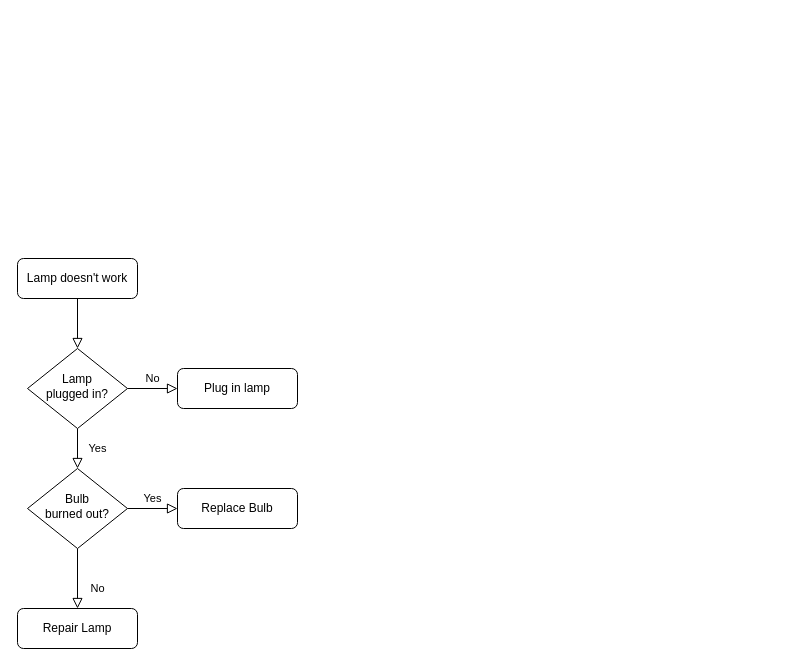
This is 图5-1问答系统流程图.drawio from sjgcsf/software_engineering, a draw.io file, before an edit. Source tidied: cells renumbered, new cells numbered last; positions are measured from the earlier drawing's top-left corner, leaving out a move shared by most shapes. Both pictures are drawn from the tidied source at 100%, with x=0, y=0 at pixel (17, 258).
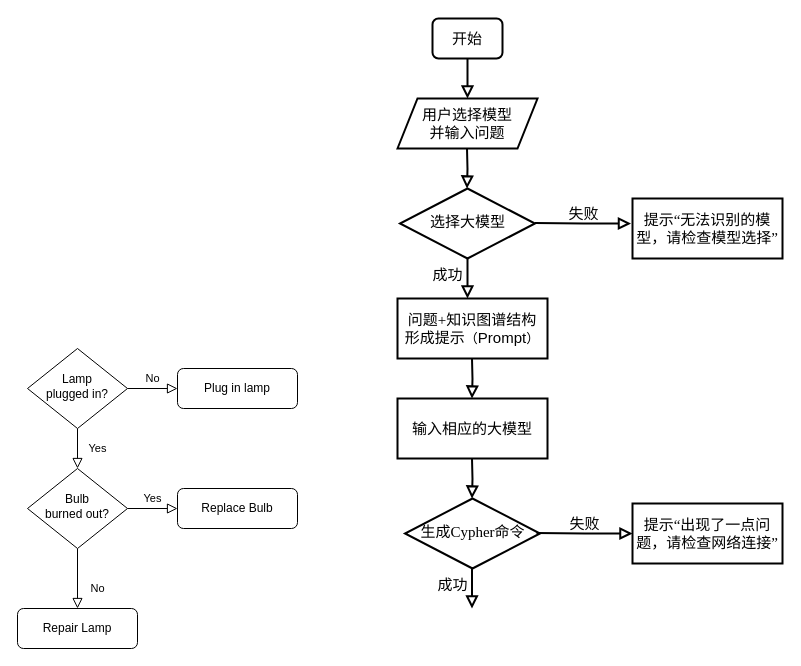
After the change.

Commit message (it also covers changes not shown here):
更新图5-1问答系统流程图.drawio

The change refers to these unchanged cells:
```xml
<mxCell id="6" value="Lamp&lt;br&gt;plugged in?" style="rhombus;whiteSpace=wrap;html=1;shadow=0;fontFamily=Helvetica;fontSize=12;align=center;strokeWidth=1;spacing=6;spacingTop=-4;" parent="1" vertex="1">
  <mxGeometry x="10" y="90" width="100" height="80" as="geometry" />
</mxCell>
```

Diff of the diagram source:
```diff
@@
-    <mxCell id="2" style="rounded=0;html=1;jettySize=auto;fontSize=11;endArrow=block;endFill=0;endSize=8;strokeWidth=1;shadow=0;labelBackgroundColor=none;edgeStyle=orthogonalEdgeStyle;" parent="1" edge="1" source="3" target="6">
+    <mxCell id="2" style="rounded=0;html=1;jettySize=auto;fontSize=11;endArrow=block;endFill=0;endSize=8;strokeWidth=2;shadow=0;labelBackgroundColor=none;edgeStyle=orthogonalEdgeStyle;entryX=0.5;entryY=0;entryDx=0;entryDy=0;" parent="1" edge="1" source="3" target="13">
       <mxGeometry relative="1" as="geometry" />
     </mxCell>
-    <mxCell id="3" value="Lamp doesn't work" style="rounded=1;whiteSpace=wrap;html=1;fontSize=12;glass=0;strokeWidth=1;shadow=0;" parent="1" vertex="1">
-      <mxGeometry width="120" height="40" as="geometry" />
+    <mxCell id="3" value="&lt;font style=&quot;font-size: 15px;&quot;&gt;开始&lt;/font&gt;" style="rounded=1;whiteSpace=wrap;html=1;fontSize=12;glass=0;strokeWidth=2;shadow=0;" parent="1" vertex="1">
+      <mxGeometry x="415" y="-240" width="70" height="40" as="geometry" />
     </mxCell>
@@
+    <mxCell id="13" value="&lt;font style=&quot;font-size: 15px;&quot; face=&quot;Times New Roman&quot;&gt;用户选择模型&lt;/font&gt;&lt;div&gt;&lt;font style=&quot;font-size: 15px;&quot; face=&quot;Times New Roman&quot;&gt;并输入&lt;/font&gt;&lt;span style=&quot;font-size: 15px; font-family: &amp;quot;Times New Roman&amp;quot;; background-color: initial;&quot;&gt;问题&lt;/span&gt;&lt;/div&gt;" style="shape=parallelogram;perimeter=parallelogramPerimeter;whiteSpace=wrap;html=1;fixedSize=1;strokeWidth=2;" parent="1" vertex="1">
+      <mxGeometry x="380" y="-160" width="140" height="50" as="geometry" />
+    </mxCell>
+    <mxCell id="14" value="&lt;font style=&quot;font-size: 15px;&quot; face=&quot;Times New Roman&quot;&gt;问题+知识图谱结构&lt;/font&gt;&lt;div style=&quot;font-size: 15px;&quot;&gt;&lt;font style=&quot;font-size: 15px;&quot; face=&quot;liNya4RFdhPfTuIVGEPP&quot;&gt;&lt;font style=&quot;font-size: 15px;&quot;&gt;形成提示&lt;/font&gt;&lt;span style=&quot;font-size: 13px;&quot;&gt;（&lt;/span&gt;&lt;span style=&quot;font-size: 15px; text-wrap: nowrap; background-color: initial;&quot;&gt;Prompt&lt;/span&gt;&lt;span style=&quot;font-size: 13px; background-color: initial;&quot;&gt;）&lt;/span&gt;&lt;/font&gt;&lt;/div&gt;" style="rounded=0;whiteSpace=wrap;html=1;strokeColor=default;strokeWidth=2;align=center;verticalAlign=middle;fontFamily=Helvetica;fontSize=12;fontColor=default;fillColor=default;" parent="1" vertex="1">
+      <mxGeometry x="380" y="40" width="150" height="60" as="geometry" />
+    </mxCell>
+    <mxCell id="15" style="rounded=0;html=1;jettySize=auto;orthogonalLoop=1;fontSize=11;endArrow=block;endFill=0;endSize=8;strokeWidth=2;shadow=0;labelBackgroundColor=none;edgeStyle=orthogonalEdgeStyle;entryX=0.5;entryY=0;entryDx=0;entryDy=0;" parent="1" edge="1">
+      <mxGeometry relative="1" as="geometry">
+        <mxPoint x="449.5" y="-110" as="sourcePoint" />
+        <mxPoint x="449.5" y="-70" as="targetPoint" />
+      </mxGeometry>
+    </mxCell>
+    <mxCell id="16" value="&lt;div style=&quot;font-size: 15px;&quot;&gt;&lt;font style=&quot;font-size: 15px;&quot; face=&quot;Times New Roman&quot;&gt;&lt;font style=&quot;font-size: 15px;&quot;&gt;输入相应的大模型&lt;/font&gt;&lt;/font&gt;&lt;/div&gt;" style="rounded=0;whiteSpace=wrap;html=1;strokeColor=default;strokeWidth=2;align=center;verticalAlign=middle;fontFamily=Helvetica;fontSize=12;fontColor=default;fillColor=default;" parent="1" vertex="1">
+      <mxGeometry x="380" y="140" width="150" height="60" as="geometry" />
+    </mxCell>
+    <mxCell id="17" style="rounded=0;html=1;jettySize=auto;orthogonalLoop=1;fontSize=11;endArrow=block;endFill=0;endSize=8;strokeWidth=2;shadow=0;labelBackgroundColor=none;edgeStyle=orthogonalEdgeStyle;entryX=0.5;entryY=0;entryDx=0;entryDy=0;" parent="1" edge="1">
+      <mxGeometry relative="1" as="geometry">
+        <mxPoint x="454.5" y="100" as="sourcePoint" />
+        <mxPoint x="454.5" y="140" as="targetPoint" />
+      </mxGeometry>
+    </mxCell>
+    <mxCell id="18" value="&lt;font style=&quot;font-size: 15px;&quot; face=&quot;Times New Roman&quot;&gt;生成&lt;font style=&quot;font-size: 15px; background-color: initial;&quot;&gt;Cypher&lt;/font&gt;&lt;font style=&quot;font-size: 15px; background-color: initial;&quot;&gt;命令&lt;/font&gt;&lt;/font&gt;" style="rhombus;whiteSpace=wrap;html=1;shadow=0;fontFamily=Helvetica;fontSize=12;align=center;strokeWidth=2;spacing=6;spacingTop=-4;" parent="1" vertex="1">
+      <mxGeometry x="387.5" y="240" width="135" height="70" as="geometry" />
+    </mxCell>
+    <mxCell id="19" style="rounded=0;html=1;jettySize=auto;orthogonalLoop=1;fontSize=11;endArrow=block;endFill=0;endSize=8;strokeWidth=2;shadow=0;labelBackgroundColor=none;edgeStyle=orthogonalEdgeStyle;entryX=0.5;entryY=0;entryDx=0;entryDy=0;" parent="1" edge="1">
+      <mxGeometry relative="1" as="geometry">
+        <mxPoint x="454.5" y="200" as="sourcePoint" />
+        <mxPoint x="454.5" y="240" as="targetPoint" />
+      </mxGeometry>
+    </mxCell>
+    <mxCell id="20" value="&lt;font face=&quot;Times New Roman&quot; style=&quot;font-size: 15px;&quot;&gt;失败&lt;/font&gt;" style="edgeStyle=orthogonalEdgeStyle;rounded=0;html=1;jettySize=auto;orthogonalLoop=1;fontSize=11;endArrow=block;endFill=0;endSize=8;strokeWidth=2;shadow=0;labelBackgroundColor=none;" parent="1" edge="1">
+      <mxGeometry y="10" relative="1" as="geometry">
+        <mxPoint x="519" y="274.5" as="sourcePoint" />
+        <mxPoint x="615" y="275" as="targetPoint" />
+      </mxGeometry>
+    </mxCell>
+    <mxCell id="21" value="&lt;div style=&quot;&quot;&gt;&lt;font face=&quot;Times New Roman&quot;&gt;&lt;span style=&quot;font-size: 15px;&quot;&gt;提示“出现了一点问题，请检查网络连接”&lt;/span&gt;&lt;/font&gt;&lt;br&gt;&lt;/div&gt;" style="rounded=0;whiteSpace=wrap;html=1;strokeColor=default;strokeWidth=2;align=center;verticalAlign=middle;fontFamily=Helvetica;fontSize=12;fontColor=default;fillColor=default;" parent="1" vertex="1">
+      <mxGeometry x="615" y="245" width="150" height="60" as="geometry" />
+    </mxCell>
+    <mxCell id="22" value="&lt;span style=&quot;font-family: &amp;quot;Times New Roman&amp;quot;; font-size: 15px;&quot;&gt;选择大模型&lt;/span&gt;" style="rhombus;whiteSpace=wrap;html=1;shadow=0;fontFamily=Helvetica;fontSize=12;align=center;strokeWidth=2;spacing=6;spacingTop=-4;" parent="1" vertex="1">
+      <mxGeometry x="382.5" y="-70" width="135" height="70" as="geometry" />
+    </mxCell>
+    <mxCell id="23" value="&lt;font face=&quot;Times New Roman&quot; style=&quot;font-size: 15px;&quot;&gt;失败&lt;/font&gt;" style="edgeStyle=orthogonalEdgeStyle;rounded=0;html=1;jettySize=auto;orthogonalLoop=1;fontSize=11;endArrow=block;endFill=0;endSize=8;strokeWidth=2;shadow=0;labelBackgroundColor=none;" parent="1" edge="1">
+      <mxGeometry y="10" relative="1" as="geometry">
+        <mxPoint x="517.5" y="-35.5" as="sourcePoint" />
+        <mxPoint x="613.5" y="-35" as="targetPoint" />
+      </mxGeometry>
+    </mxCell>
+    <mxCell id="24" value="&lt;font face=&quot;Times New Roman&quot; style=&quot;font-size: 15px;&quot;&gt;成功&lt;/font&gt;" style="edgeStyle=orthogonalEdgeStyle;rounded=0;html=1;jettySize=auto;fontSize=11;endArrow=block;endFill=0;endSize=8;strokeWidth=2;shadow=0;labelBackgroundColor=none;exitX=0.5;exitY=1;exitDx=0;exitDy=0;" parent="1" edge="1" source="22">
+      <mxGeometry x="-0.2" y="-20" relative="1" as="geometry">
+        <mxPoint x="450" y="40" as="targetPoint" />
+        <Array as="points">
+          <mxPoint x="450" y="25" />
+          <mxPoint x="450" y="25" />
+        </Array>
+      </mxGeometry>
+    </mxCell>
+    <mxCell id="25" value="&lt;div style=&quot;&quot;&gt;&lt;font face=&quot;Times New Roman&quot;&gt;&lt;span style=&quot;font-size: 15px;&quot;&gt;提示“无法识别的模型，请检查模型选择”&lt;/span&gt;&lt;/font&gt;&lt;br&gt;&lt;/div&gt;" style="rounded=0;whiteSpace=wrap;html=1;strokeColor=default;strokeWidth=2;align=center;verticalAlign=middle;fontFamily=Helvetica;fontSize=12;fontColor=default;fillColor=default;" parent="1" vertex="1">
+      <mxGeometry x="615" y="-60" width="150" height="60" as="geometry" />
+    </mxCell>
+    <mxCell id="26" value="&lt;font face=&quot;Times New Roman&quot; style=&quot;font-size: 15px;&quot;&gt;成功&lt;/font&gt;" style="edgeStyle=orthogonalEdgeStyle;rounded=0;html=1;jettySize=auto;orthogonalLoop=1;fontSize=11;endArrow=block;endFill=0;endSize=8;strokeWidth=2;shadow=0;labelBackgroundColor=none;exitX=0.5;exitY=1;exitDx=0;exitDy=0;" parent="1" edge="1">
+      <mxGeometry x="-0.2" y="-20" relative="1" as="geometry">
+        <mxPoint x="454.5" y="310" as="sourcePoint" />
+        <mxPoint x="454.5" y="350" as="targetPoint" />
+        <Array as="points">
+          <mxPoint x="454.5" y="335" />
+          <mxPoint x="454.5" y="335" />
+        </Array>
+      </mxGeometry>
+    </mxCell>
```
